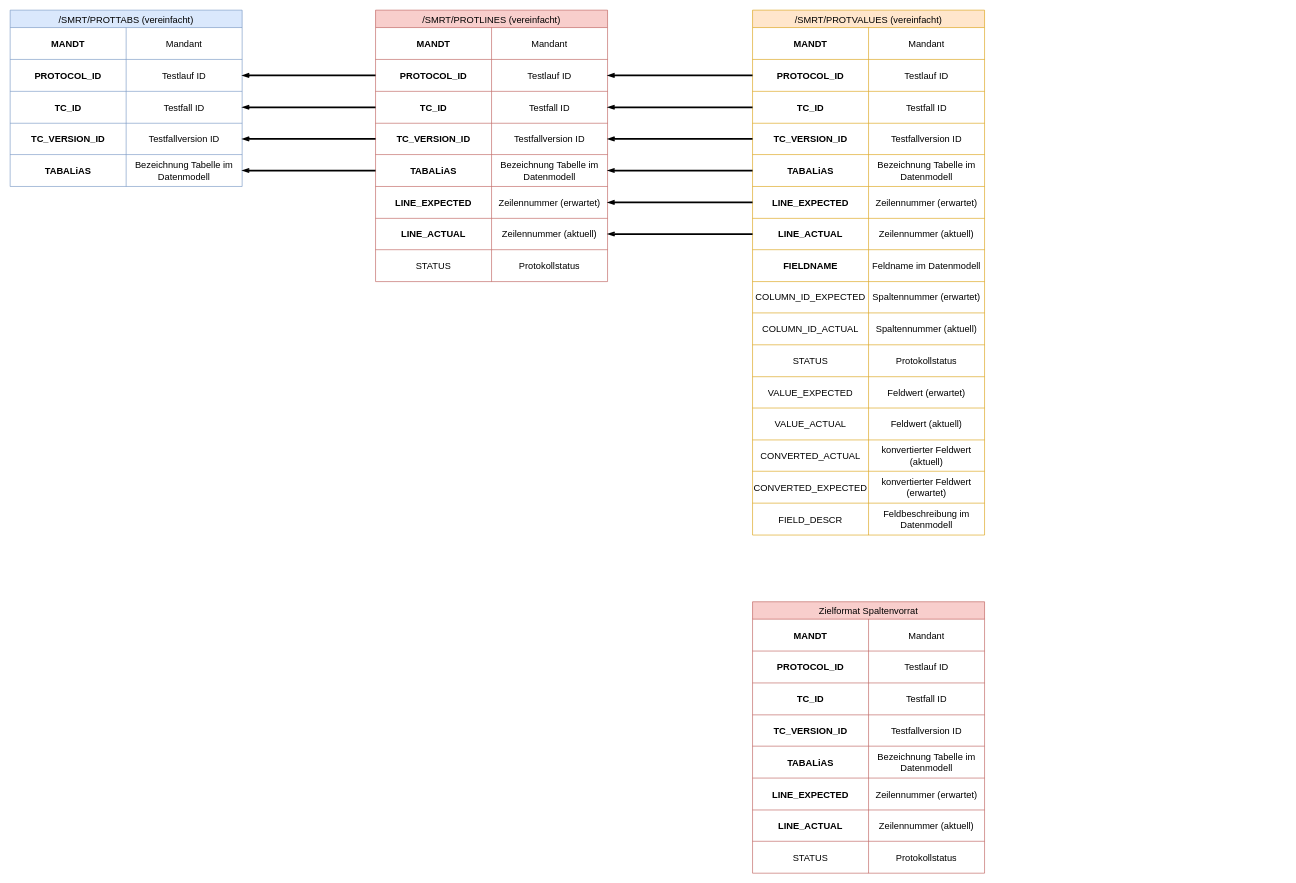
Raaphaaa/UI5-Playground keeps this draw.io diagram as Strukturierte Ansicht DatenModell.drawio. Above is the earlier version. Source tidied: cells renumbered, new cells numbered last; positions are measured from the earlier drawing's top-left corner, leaving out a move shared by most shapes. Both pictures are drawn from the tidied source at 58%, with x=0, y=0 at pixel (10, 10).
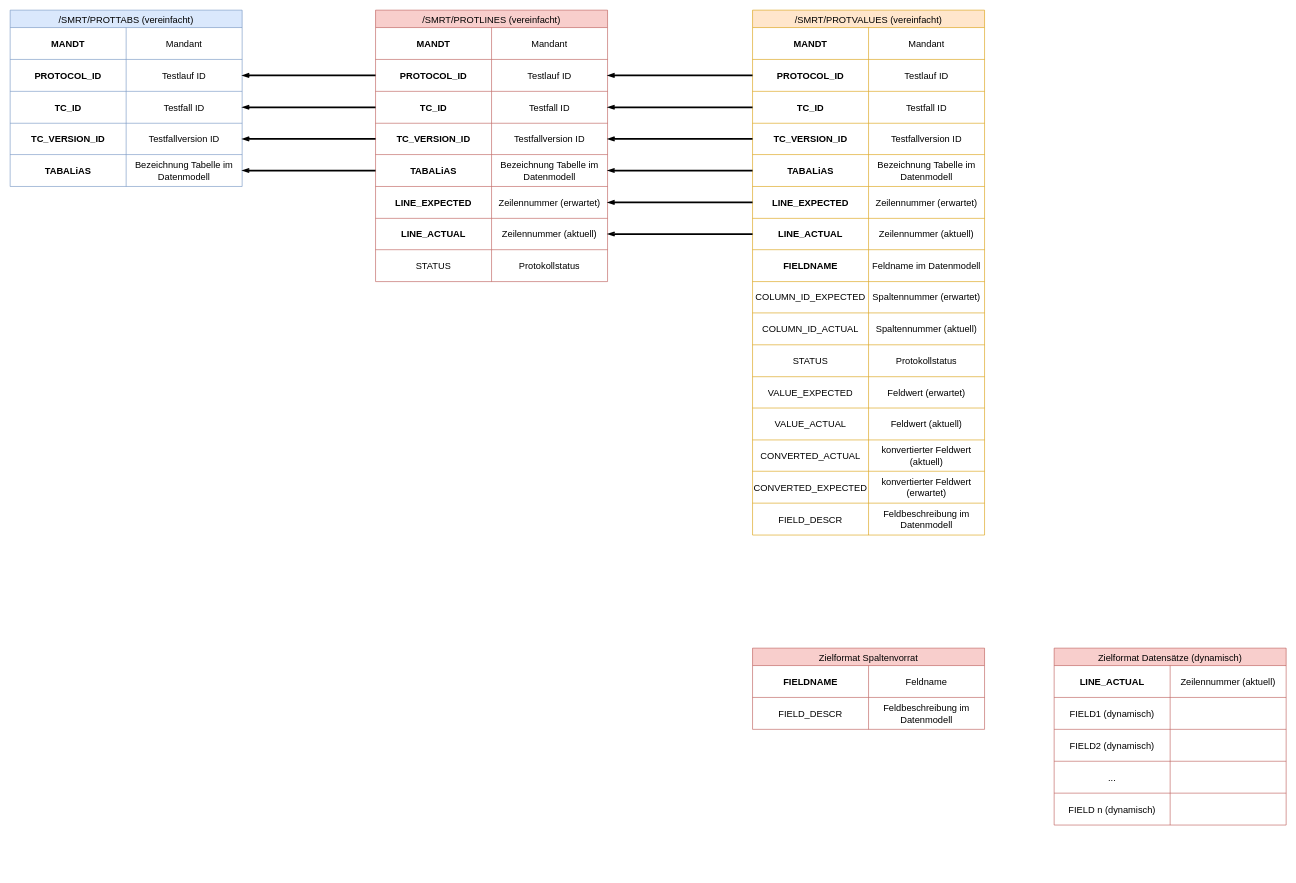
The same page after the edit.

The change refers to these unchanged cells:
```xml
<mxCell id="103" style="shape=tableRow;horizontal=0;startSize=0;swimlaneHead=0;swimlaneBody=0;strokeColor=inherit;top=0;left=0;bottom=0;right=0;fillColor=none;fontSize=16;" parent="102" vertex="1">
  <mxGeometry y="30" width="400" height="55" as="geometry" />
</mxCell>
<mxCell id="106" style="shape=tableRow;horizontal=0;startSize=0;swimlaneHead=0;swimlaneBody=0;strokeColor=inherit;top=0;left=0;bottom=0;right=0;fillColor=none;fontSize=16;" parent="102" vertex="1">
  <mxGeometry y="85" width="400" height="55" as="geometry" />
</mxCell>
```

Diff of the diagram source:
```diff
@@
     <mxCell id="102" value="Zielformat Spaltenvorrat" style="shape=table;startSize=30;childLayout=tableLayout;strokeColor=#b85450;fontSize=16;fillColor=#f8cecc;" parent="1" vertex="1">
-      <mxGeometry x="1280" y="1020" width="400" height="468" as="geometry" />
+      <mxGeometry x="1280" y="1100" width="400" height="140" as="geometry" />
     </mxCell>
@@
-    <mxCell id="104" value="MANDT" style="shape=partialRectangle;html=1;whiteSpace=wrap;strokeColor=inherit;overflow=hidden;fillColor=none;top=0;left=0;bottom=0;right=0;fontSize=16;fontStyle=1;" parent="103" vertex="1">
+    <mxCell id="104" value="FIELDNAME" style="shape=partialRectangle;html=1;whiteSpace=wrap;strokeColor=inherit;overflow=hidden;fillColor=none;top=0;left=0;bottom=0;right=0;fontSize=16;fontStyle=1;" parent="103" vertex="1">
       <mxGeometry width="200" height="55" as="geometry" />
     </mxCell>
-    <mxCell id="105" value="Mandant" style="shape=partialRectangle;html=1;whiteSpace=wrap;strokeColor=inherit;overflow=hidden;fillColor=none;top=0;left=0;bottom=0;right=0;fontSize=16;" parent="103" vertex="1">
+    <mxCell id="105" value="Feldname" style="shape=partialRectangle;html=1;whiteSpace=wrap;strokeColor=inherit;overflow=hidden;fillColor=none;top=0;left=0;bottom=0;right=0;fontSize=16;" parent="103" vertex="1">
       <mxGeometry x="200" width="200" height="55" as="geometry" />
     </mxCell>
@@
-    <mxCell id="107" value="PROTOCOL_ID" style="shape=partialRectangle;html=1;whiteSpace=wrap;strokeColor=inherit;overflow=hidden;fillColor=none;top=0;left=0;bottom=0;right=0;fontSize=16;fontStyle=1;" parent="106" vertex="1">
+    <mxCell id="107" value="FIELD_DESCR" style="shape=partialRectangle;html=1;whiteSpace=wrap;strokeColor=inherit;overflow=hidden;fillColor=none;top=0;left=0;bottom=0;right=0;fontSize=16;fontStyle=0;" parent="106" vertex="1">
       <mxGeometry width="200" height="55" as="geometry" />
     </mxCell>
-    <mxCell id="108" value="Testlauf ID" style="shape=partialRectangle;html=1;whiteSpace=wrap;strokeColor=inherit;overflow=hidden;fillColor=none;top=0;left=0;bottom=0;right=0;fontSize=16;" parent="106" vertex="1">
+    <mxCell id="108" value="Feldbeschreibung im Datenmodell" style="shape=partialRectangle;html=1;whiteSpace=wrap;strokeColor=inherit;overflow=hidden;fillColor=none;top=0;left=0;bottom=0;right=0;fontSize=16;" parent="106" vertex="1">
       <mxGeometry x="200" width="200" height="55" as="geometry" />
     </mxCell>
-    <mxCell id="109" style="shape=tableRow;horizontal=0;startSize=0;swimlaneHead=0;swimlaneBody=0;strokeColor=inherit;top=0;left=0;bottom=0;right=0;fillColor=none;fontSize=16;" parent="102" vertex="1">
-      <mxGeometry y="140" width="400" height="55" as="geometry" />
-    </mxCell>
-    <mxCell id="110" value="TC_ID" style="shape=partialRectangle;html=1;whiteSpace=wrap;strokeColor=inherit;overflow=hidden;fillColor=none;top=0;left=0;bottom=0;right=0;fontSize=16;fontStyle=1;" parent="109" vertex="1">
-      <mxGeometry width="200" height="55" as="geometry" />
-    </mxCell>
-    <mxCell id="111" value="Testfall ID" style="shape=partialRectangle;html=1;whiteSpace=wrap;strokeColor=inherit;overflow=hidden;fillColor=none;top=0;left=0;bottom=0;right=0;fontSize=16;" parent="109" vertex="1">
-      <mxGeometry x="200" width="200" height="55" as="geometry" />
-    </mxCell>
-    <mxCell id="112" style="shape=tableRow;horizontal=0;startSize=0;swimlaneHead=0;swimlaneBody=0;strokeColor=inherit;top=0;left=0;bottom=0;right=0;fillColor=none;fontSize=16;" parent="102" vertex="1">
-      <mxGeometry y="195" width="400" height="54" as="geometry" />
-    </mxCell>
-    <mxCell id="113" value="TC_VERSION_ID" style="shape=partialRectangle;html=1;whiteSpace=wrap;strokeColor=inherit;overflow=hidden;fillColor=none;top=0;left=0;bottom=0;right=0;fontSize=16;fontStyle=1;" parent="112" vertex="1">
-      <mxGeometry width="200" height="54" as="geometry" />
-    </mxCell>
-    <mxCell id="114" value="Testfallversion ID" style="shape=partialRectangle;html=1;whiteSpace=wrap;strokeColor=inherit;overflow=hidden;fillColor=none;top=0;left=0;bottom=0;right=0;fontSize=16;" parent="112" vertex="1">
-      <mxGeometry x="200" width="200" height="54" as="geometry" />
-    </mxCell>
-    <mxCell id="115" style="shape=tableRow;horizontal=0;startSize=0;swimlaneHead=0;swimlaneBody=0;strokeColor=inherit;top=0;left=0;bottom=0;right=0;fillColor=none;fontSize=16;" parent="102" vertex="1">
-      <mxGeometry y="249" width="400" height="55" as="geometry" />
-    </mxCell>
-    <mxCell id="116" value="TABALiAS" style="shape=partialRectangle;html=1;whiteSpace=wrap;strokeColor=inherit;overflow=hidden;fillColor=none;top=0;left=0;bottom=0;right=0;fontSize=16;fontStyle=1;" parent="115" vertex="1">
-      <mxGeometry width="200" height="55" as="geometry" />
-    </mxCell>
-    <mxCell id="117" value="Bezeichnung Tabelle im Datenmodell" style="shape=partialRectangle;html=1;whiteSpace=wrap;strokeColor=inherit;overflow=hidden;fillColor=none;top=0;left=0;bottom=0;right=0;fontSize=16;" parent="115" vertex="1">
-      <mxGeometry x="200" width="200" height="55" as="geometry" />
-    </mxCell>
-    <mxCell id="118" style="shape=tableRow;horizontal=0;startSize=0;swimlaneHead=0;swimlaneBody=0;strokeColor=inherit;top=0;left=0;bottom=0;right=0;fillColor=none;fontSize=16;" parent="102" vertex="1">
-      <mxGeometry y="304" width="400" height="55" as="geometry" />
-    </mxCell>
-    <mxCell id="119" value="LINE_EXPECTED" style="shape=partialRectangle;html=1;whiteSpace=wrap;strokeColor=inherit;overflow=hidden;fillColor=none;top=0;left=0;bottom=0;right=0;fontSize=16;fontStyle=1;" parent="118" vertex="1">
-      <mxGeometry width="200" height="55" as="geometry" />
-    </mxCell>
-    <mxCell id="120" value="Zeilennummer (erwartet)" style="shape=partialRectangle;html=1;whiteSpace=wrap;strokeColor=inherit;overflow=hidden;fillColor=none;top=0;left=0;bottom=0;right=0;fontSize=16;" parent="118" vertex="1">
-      <mxGeometry x="200" width="200" height="55" as="geometry" />
-    </mxCell>
-    <mxCell id="121" style="shape=tableRow;horizontal=0;startSize=0;swimlaneHead=0;swimlaneBody=0;strokeColor=inherit;top=0;left=0;bottom=0;right=0;fillColor=none;fontSize=16;" parent="102" vertex="1">
-      <mxGeometry y="359" width="400" height="54" as="geometry" />
-    </mxCell>
+    <mxCell id="127" value="Zielformat Datensätze (dynamisch)" style="shape=table;startSize=30;childLayout=tableLayout;strokeColor=#b85450;fontSize=16;fillColor=#f8cecc;" parent="1" vertex="1">
+      <mxGeometry x="1800" y="1100" width="400" height="305" as="geometry" />
+    </mxCell>
+    <mxCell id="128" style="shape=tableRow;horizontal=0;startSize=0;swimlaneHead=0;swimlaneBody=0;strokeColor=inherit;top=0;left=0;bottom=0;right=0;fillColor=none;fontSize=16;" parent="127" vertex="1">
+      <mxGeometry y="30" width="400" height="55" as="geometry" />
+    </mxCell>
-    <mxCell id="122" value="LINE_ACTUAL" style="shape=partialRectangle;html=1;whiteSpace=wrap;strokeColor=inherit;overflow=hidden;fillColor=none;top=0;left=0;bottom=0;right=0;fontSize=16;fontStyle=1;" parent="121" vertex="1">
-      <mxGeometry width="200" height="54" as="geometry" />
+    <mxCell id="122" value="LINE_ACTUAL" style="shape=partialRectangle;html=1;whiteSpace=wrap;strokeColor=inherit;overflow=hidden;fillColor=none;top=0;left=0;bottom=0;right=0;fontSize=16;fontStyle=1;" parent="128" vertex="1">
+      <mxGeometry width="200" height="55" as="geometry" />
     </mxCell>
-    <mxCell id="123" value="Zeilennummer (aktuell)" style="shape=partialRectangle;html=1;whiteSpace=wrap;strokeColor=inherit;overflow=hidden;fillColor=none;top=0;left=0;bottom=0;right=0;fontSize=16;" parent="121" vertex="1">
-      <mxGeometry x="200" width="200" height="54" as="geometry" />
+    <mxCell id="123" value="Zeilennummer (aktuell)" style="shape=partialRectangle;html=1;whiteSpace=wrap;strokeColor=inherit;overflow=hidden;fillColor=none;top=0;left=0;bottom=0;right=0;fontSize=16;" parent="128" vertex="1">
+      <mxGeometry x="200" width="200" height="55" as="geometry" />
     </mxCell>
-    <mxCell id="124" style="shape=tableRow;horizontal=0;startSize=0;swimlaneHead=0;swimlaneBody=0;strokeColor=inherit;top=0;left=0;bottom=0;right=0;fillColor=none;fontSize=16;" parent="102" vertex="1">
-      <mxGeometry y="413" width="400" height="55" as="geometry" />
-    </mxCell>
-    <mxCell id="125" value="STATUS" style="shape=partialRectangle;html=1;whiteSpace=wrap;strokeColor=inherit;overflow=hidden;fillColor=none;top=0;left=0;bottom=0;right=0;fontSize=16;" parent="124" vertex="1">
-      <mxGeometry width="200" height="55" as="geometry" />
-    </mxCell>
-    <mxCell id="126" value="Protokollstatus" style="shape=partialRectangle;html=1;whiteSpace=wrap;strokeColor=inherit;overflow=hidden;fillColor=none;top=0;left=0;bottom=0;right=0;fontSize=16;" parent="124" vertex="1">
-      <mxGeometry x="200" width="200" height="55" as="geometry" />
-    </mxCell>
+    <mxCell id="129" style="shape=tableRow;horizontal=0;startSize=0;swimlaneHead=0;swimlaneBody=0;strokeColor=inherit;top=0;left=0;bottom=0;right=0;fillColor=none;fontSize=16;" parent="127" vertex="1">
+      <mxGeometry y="85" width="400" height="55" as="geometry" />
+    </mxCell>
+    <mxCell id="130" value="FIELD1 (dynamisch)" style="shape=partialRectangle;html=1;whiteSpace=wrap;strokeColor=inherit;overflow=hidden;fillColor=none;top=0;left=0;bottom=0;right=0;fontSize=16;fontStyle=0;" parent="129" vertex="1">
+      <mxGeometry width="200" height="55" as="geometry" />
+    </mxCell>
+    <mxCell id="131" style="shape=partialRectangle;html=1;whiteSpace=wrap;strokeColor=inherit;overflow=hidden;fillColor=none;top=0;left=0;bottom=0;right=0;fontSize=16;" parent="129" vertex="1">
+      <mxGeometry x="200" width="200" height="55" as="geometry" />
+    </mxCell>
+    <mxCell id="109" style="shape=tableRow;horizontal=0;startSize=0;swimlaneHead=0;swimlaneBody=0;strokeColor=inherit;top=0;left=0;bottom=0;right=0;fillColor=none;fontSize=16;" parent="127" vertex="1">
+      <mxGeometry y="140" width="400" height="55" as="geometry" />
+    </mxCell>
+    <mxCell id="132" value="FIELD2 (dynamisch)" style="shape=partialRectangle;html=1;whiteSpace=wrap;strokeColor=inherit;overflow=hidden;fillColor=none;top=0;left=0;bottom=0;right=0;fontSize=16;fontStyle=0;" parent="109" vertex="1">
+      <mxGeometry width="200" height="55" as="geometry" />
+    </mxCell>
+    <mxCell id="133" style="shape=partialRectangle;html=1;whiteSpace=wrap;strokeColor=inherit;overflow=hidden;fillColor=none;top=0;left=0;bottom=0;right=0;fontSize=16;" parent="109" vertex="1">
+      <mxGeometry x="200" width="200" height="55" as="geometry" />
+    </mxCell>
+    <mxCell id="134" style="shape=tableRow;horizontal=0;startSize=0;swimlaneHead=0;swimlaneBody=0;strokeColor=inherit;top=0;left=0;bottom=0;right=0;fillColor=none;fontSize=16;" parent="127" vertex="1">
+      <mxGeometry y="195" width="400" height="55" as="geometry" />
+    </mxCell>
+    <mxCell id="135" value="..." style="shape=partialRectangle;html=1;whiteSpace=wrap;strokeColor=inherit;overflow=hidden;fillColor=none;top=0;left=0;bottom=0;right=0;fontSize=16;fontStyle=0;" parent="134" vertex="1">
+      <mxGeometry width="200" height="55" as="geometry" />
+    </mxCell>
+    <mxCell id="136" style="shape=partialRectangle;html=1;whiteSpace=wrap;strokeColor=inherit;overflow=hidden;fillColor=none;top=0;left=0;bottom=0;right=0;fontSize=16;" parent="134" vertex="1">
+      <mxGeometry x="200" width="200" height="55" as="geometry" />
+    </mxCell>
+    <mxCell id="137" style="shape=tableRow;horizontal=0;startSize=0;swimlaneHead=0;swimlaneBody=0;strokeColor=inherit;top=0;left=0;bottom=0;right=0;fillColor=none;fontSize=16;" parent="127" vertex="1">
+      <mxGeometry y="250" width="400" height="55" as="geometry" />
+    </mxCell>
+    <mxCell id="138" value="FIELD n (dynamisch)" style="shape=partialRectangle;html=1;whiteSpace=wrap;strokeColor=inherit;overflow=hidden;fillColor=none;top=0;left=0;bottom=0;right=0;fontSize=16;fontStyle=0;" parent="137" vertex="1">
+      <mxGeometry width="200" height="55" as="geometry" />
+    </mxCell>
+    <mxCell id="139" style="shape=partialRectangle;html=1;whiteSpace=wrap;strokeColor=inherit;overflow=hidden;fillColor=none;top=0;left=0;bottom=0;right=0;fontSize=16;" parent="137" vertex="1">
+      <mxGeometry x="200" width="200" height="55" as="geometry" />
+    </mxCell>
```
